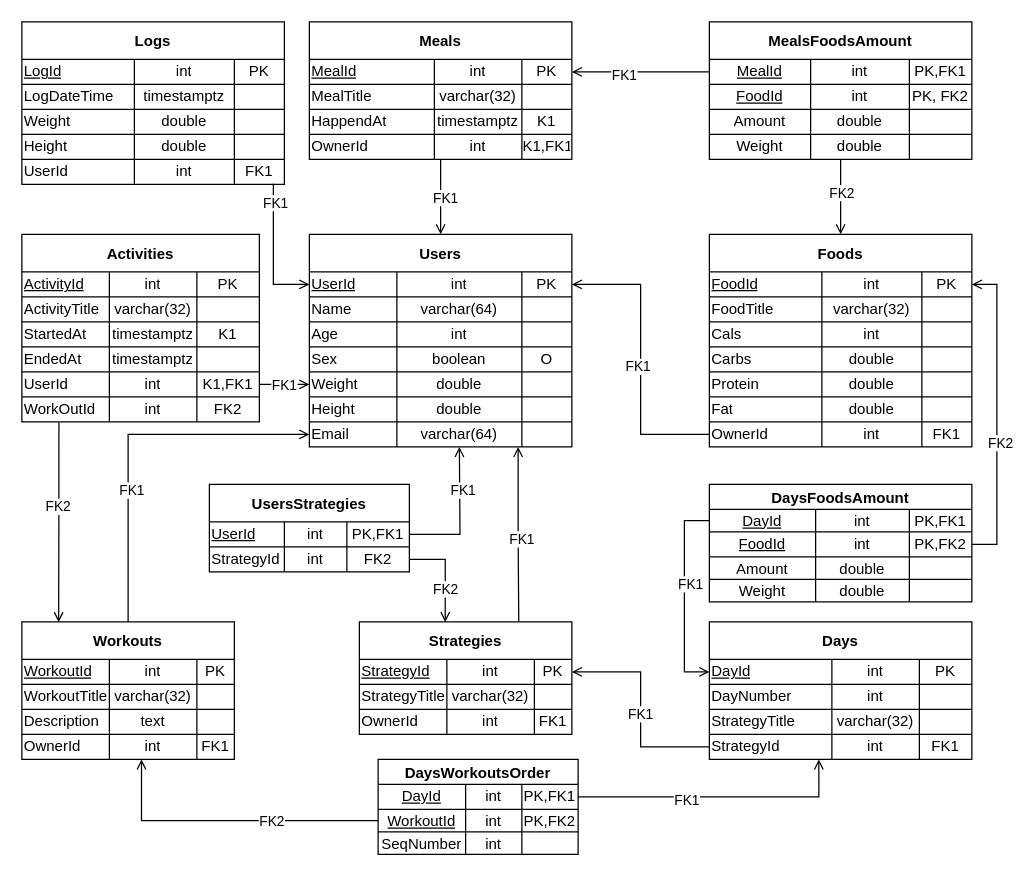
The draw.io diagram pdm.drawio in Emgariko/dbms-project, before the edit. Source tidied: cells renumbered, new cells numbered last; positions are measured from the earlier drawing's top-left corner, leaving out a move shared by most shapes. Both pictures are drawn from the tidied source at 125%, with x=0, y=0 at pixel (21, 21).
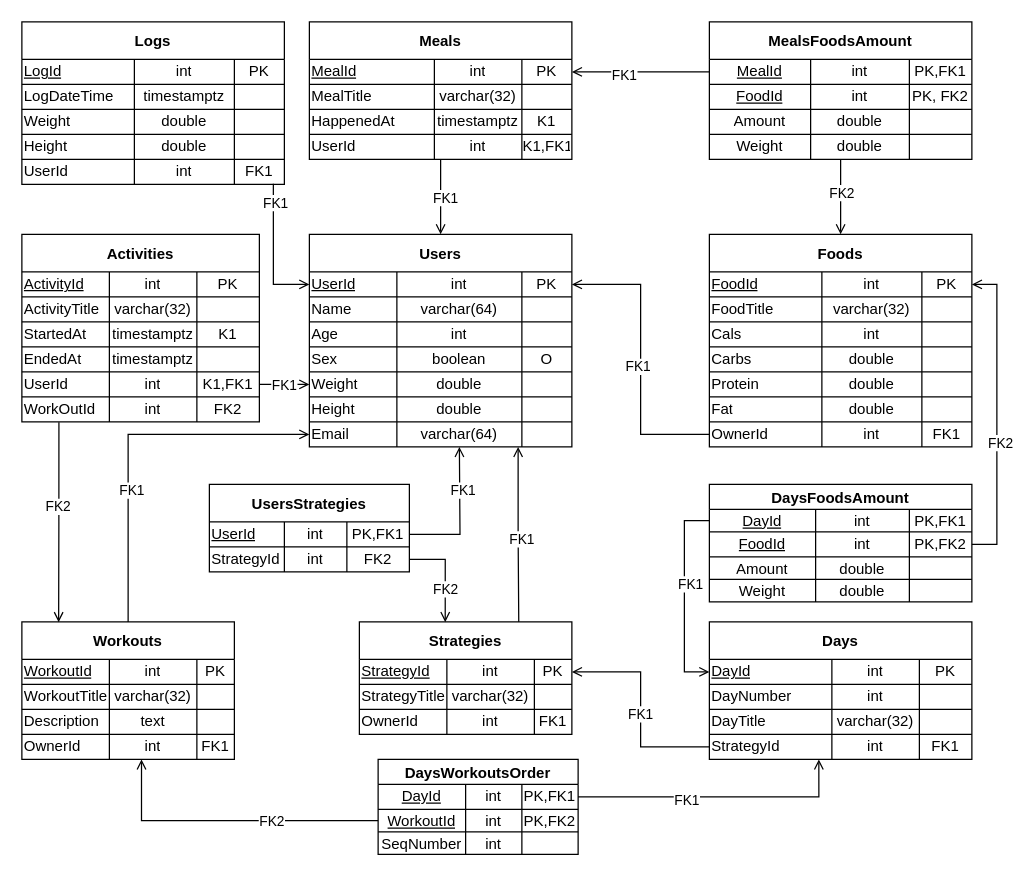
The same page after the edit.

Unchanged cells that the change refers to:
```xml
<mxCell id="11" style="shape=tableRow;horizontal=0;startSize=0;swimlaneHead=0;swimlaneBody=0;top=0;left=0;bottom=0;right=0;fillColor=none;html=0;" parent="2" vertex="1">
  <mxGeometry y="70" width="210" height="20" as="geometry" />
</mxCell>
<mxCell id="109" style="shape=tableRow;horizontal=0;startSize=0;swimlaneHead=0;swimlaneBody=0;top=0;left=0;bottom=0;right=0;fillColor=none;html=0;" parent="100" vertex="1">
  <mxGeometry y="70" width="210" height="20" as="geometry" />
</mxCell>
<mxCell id="113" style="shape=tableRow;horizontal=0;startSize=0;swimlaneHead=0;swimlaneBody=0;top=0;left=0;bottom=0;right=0;fillColor=none;html=0;" parent="100" vertex="1">
  <mxGeometry y="90" width="210" height="20" as="geometry" />
</mxCell>
```

Diff of the diagram source:
```diff
@@
-    <mxCell id="12" value="StrategyTitle" style="shape=partialRectangle;html=1;whiteSpace=wrap;fillColor=none;top=0;left=0;bottom=0;right=0;overflow=hidden;align=left;" parent="11" vertex="1">
+    <mxCell id="12" value="DayTitle" style="shape=partialRectangle;html=1;whiteSpace=wrap;fillColor=none;top=0;left=0;bottom=0;right=0;overflow=hidden;align=left;" parent="11" vertex="1">
       <mxGeometry width="98" height="20" as="geometry" />
     </mxCell>
@@
-    <mxCell id="110" value="HappendAt" style="shape=partialRectangle;html=1;whiteSpace=wrap;fillColor=none;top=0;left=0;bottom=0;right=0;overflow=hidden;align=left;" parent="109" vertex="1">
+    <mxCell id="110" value="HappenedAt" style="shape=partialRectangle;html=1;whiteSpace=wrap;fillColor=none;top=0;left=0;bottom=0;right=0;overflow=hidden;align=left;" parent="109" vertex="1">
       <mxGeometry width="100" height="20" as="geometry" />
     </mxCell>
@@
-    <mxCell id="114" value="OwnerId" style="shape=partialRectangle;html=1;whiteSpace=wrap;fillColor=none;top=0;left=0;bottom=0;right=0;overflow=hidden;align=left;" parent="113" vertex="1">
+    <mxCell id="114" value="UserId" style="shape=partialRectangle;html=1;whiteSpace=wrap;fillColor=none;top=0;left=0;bottom=0;right=0;overflow=hidden;align=left;" parent="113" vertex="1">
       <mxGeometry width="100" height="20" as="geometry" />
     </mxCell>
```
